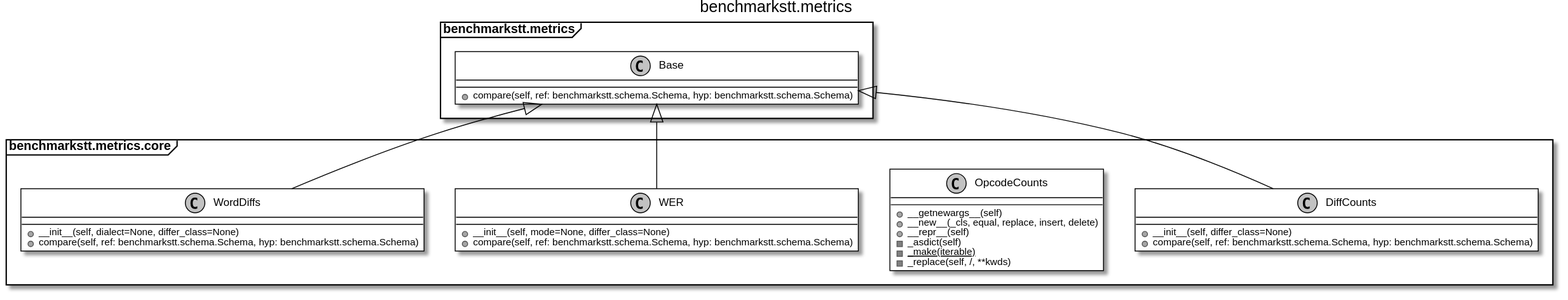
Before: docs/_static/uml/benchmarkstt.metrics.svg, a diagram exported from PlantUML (ebu/benchmarkstt).
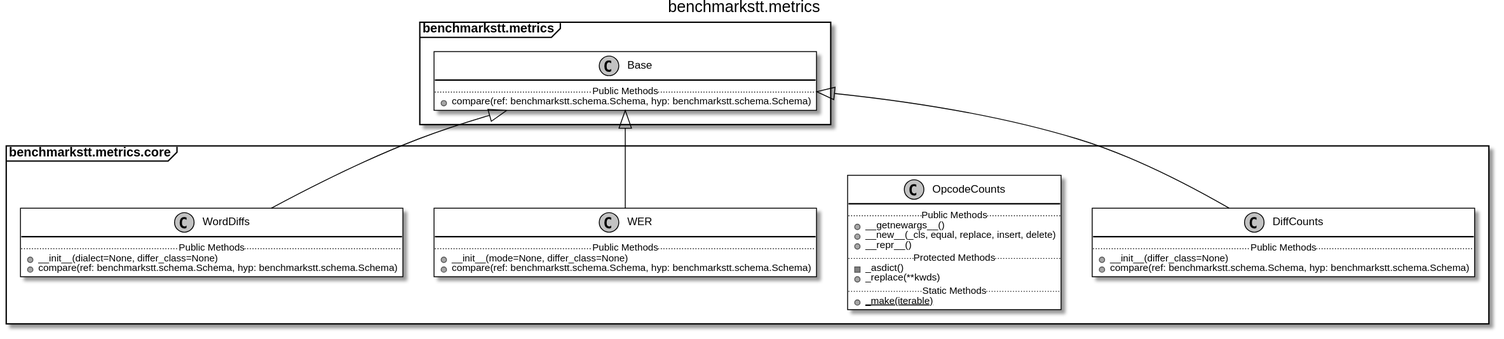
After the commit.

Diff of the diagram source:
```diff
@@ -7,7 +7,8 @@
 package benchmarkstt.metrics {
 
 	class benchmarkstt.metrics.Base [[https://benchmarkstt.readthedocs.io/en/latest/modules/benchmarkstt.metrics.html#benchmarkstt.metrics.Base]] {
-		+compare(self, ref: benchmarkstt.schema.Schema, hyp: benchmarkstt.schema.Schema)
+		.. Public Methods ..
+		+compare(ref: benchmarkstt.schema.Schema, hyp: benchmarkstt.schema.Schema)
 	}
 
 
@@ -30,32 +31,38 @@
 
 
 	class benchmarkstt.metrics.core.DiffCounts [[https://benchmarkstt.readthedocs.io/en/latest/modules/benchmarkstt.metrics.core.html#benchmarkstt.metrics.core.DiffCounts]] {
-		+__init__(self, differ_class=None)
-		+compare(self, ref: benchmarkstt.schema.Schema, hyp: benchmarkstt.schema.Schema)
+		.. Public Methods ..
+		+__init__(differ_class=None)
+		+compare(ref: benchmarkstt.schema.Schema, hyp: benchmarkstt.schema.Schema)
 	}
 
 
 	class benchmarkstt.metrics.core.OpcodeCounts [[https://benchmarkstt.readthedocs.io/en/latest/modules/benchmarkstt.metrics.core.html#benchmarkstt.metrics.core.OpcodeCounts]] {
-		+__getnewargs__(self)
+		.. Public Methods ..
+		+__getnewargs__()
 		+__new__(_cls, equal, replace, insert, delete)
-		+__repr__(self)
-		-_asdict(self)
-		{static} -_make(iterable)
-		-_replace(self, /, **kwds)
+		+__repr__()
+		.. Protected Methods ..
+		-_asdict()
+		+_replace(**kwds)
+		.. Static Methods ..
+		{static} +_make(iterable)
 	}
 
 
 
 
 	class benchmarkstt.metrics.core.WER [[https://benchmarkstt.readthedocs.io/en/latest/modules/benchmarkstt.metrics.core.html#benchmarkstt.metrics.core.WER]] {
-		+__init__(self, mode=None, differ_class=None)
-		+compare(self, ref: benchmarkstt.schema.Schema, hyp: benchmarkstt.schema.Schema)
+		.. Public Methods ..
+		+__init__(mode=None, differ_class=None)
+		+compare(ref: benchmarkstt.schema.Schema, hyp: benchmarkstt.schema.Schema)
 	}
 
 
 	class benchmarkstt.metrics.core.WordDiffs [[https://benchmarkstt.readthedocs.io/en/latest/modules/benchmarkstt.metrics.core.html#benchmarkstt.metrics.core.WordDiffs]] {
-		+__init__(self, dialect=None, differ_class=None)
-		+compare(self, ref: benchmarkstt.schema.Schema, hyp: benchmarkstt.schema.Schema)
+		.. Public Methods ..
+		+__init__(dialect=None, differ_class=None)
+		+compare(ref: benchmarkstt.schema.Schema, hyp: benchmarkstt.schema.Schema)
 	}
 
 }
```
